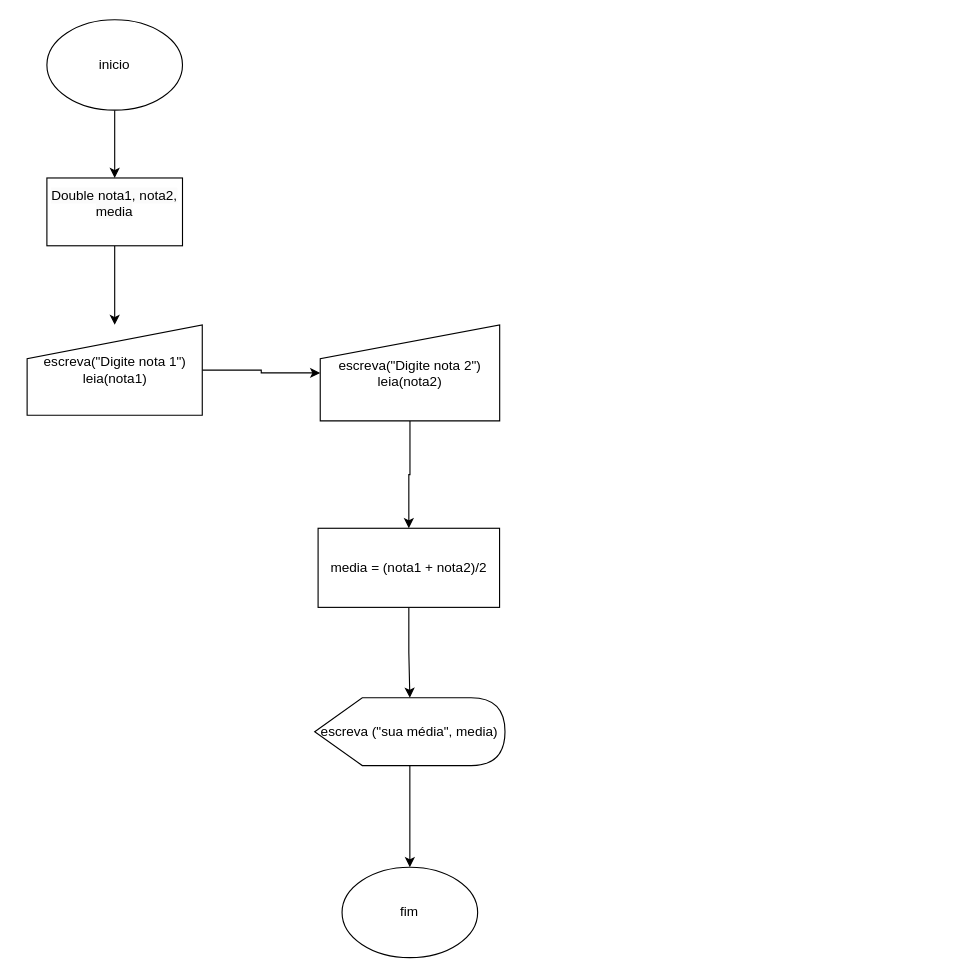
The draw.io diagram Diagrama sem nome.drawio in szjonas/M-ulo_1, before the edit. Source tidied: cells renumbered, new cells numbered last; positions are measured from the earlier drawing's top-left corner, leaving out a move shared by most shapes. Both pictures are drawn from the tidied source at 113%, with x=0, y=0 at pixel (26, 19).
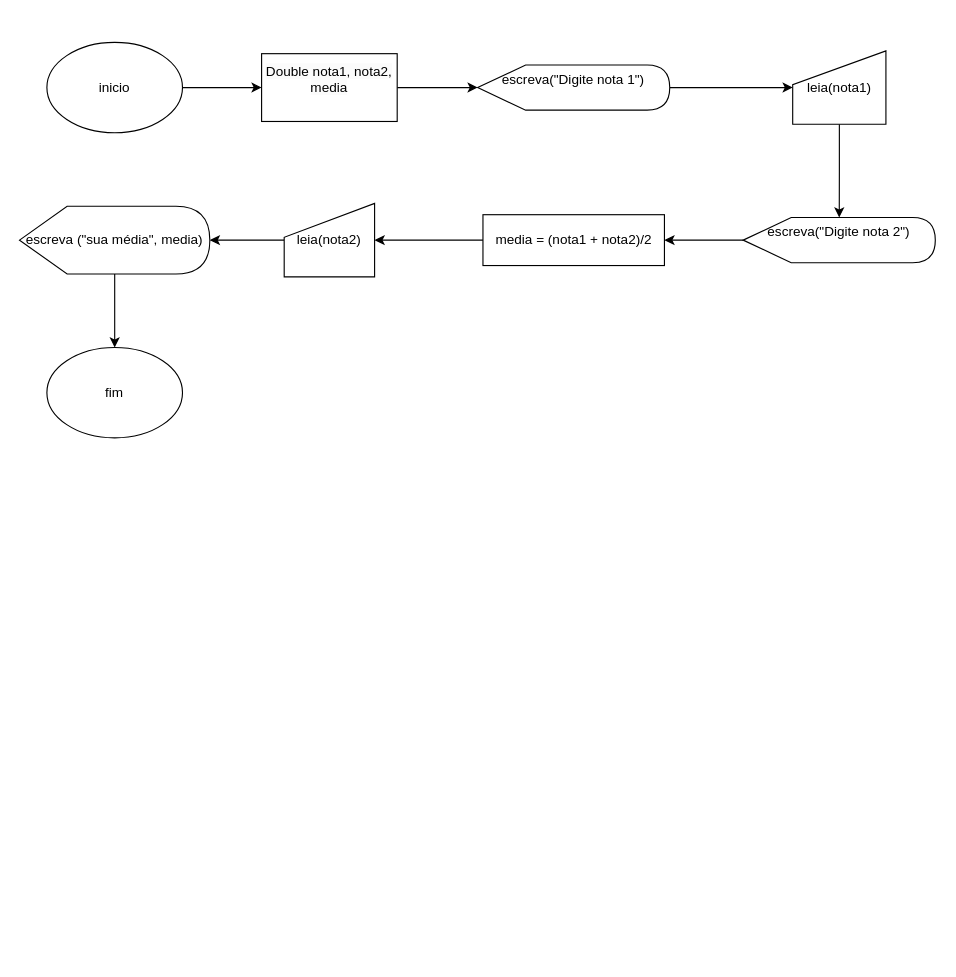
The same page after the edit.

Diff of the diagram source:
```diff
@@
-    <mxCell id="2" style="edgeStyle=orthogonalEdgeStyle;rounded=0;jettySize=auto;html=1;" parent="1" edge="1" source="3" target="5">
-      <mxGeometry relative="1" as="geometry" />
-    </mxCell>
-    <mxCell id="3" value="escreva(&quot;Digite nota 1&quot;)&lt;div&gt;leia(nota1)&lt;/div&gt;" style="shape=manualInput;whiteSpace=wrap;html=1;" parent="1" vertex="1">
-      <mxGeometry x="0.5" y="270" width="155" height="80" as="geometry" />
-    </mxCell>
-    <mxCell id="4" style="edgeStyle=orthogonalEdgeStyle;rounded=0;jettySize=auto;html=1;" parent="1" edge="1" source="5" target="9">
-      <mxGeometry relative="1" as="geometry" />
-    </mxCell>
-    <mxCell id="5" value="escreva(&quot;Digite nota 2&quot;)&lt;div&gt;leia(nota2)&lt;/div&gt;" style="shape=manualInput;whiteSpace=wrap;html=1;" parent="1" vertex="1">
-      <mxGeometry x="259.9" y="270" width="158.8" height="85" as="geometry" />
-    </mxCell>
@@
     <mxCell id="7" value="escreva (&quot;sua média&quot;, media)" style="shape=display;whiteSpace=wrap;html=1;" parent="1" vertex="1">
-      <mxGeometry x="255" y="600" width="168.4" height="60" as="geometry" />
+      <mxGeometry x="-6.2" y="165" width="168.4" height="60" as="geometry" />
     </mxCell>
-    <mxCell id="8" style="edgeStyle=orthogonalEdgeStyle;rounded=0;jettySize=auto;html=1;" parent="1" edge="1" source="9" target="7">
-      <mxGeometry relative="1" as="geometry" />
-    </mxCell>
+    <mxCell id="16" style="edgeStyle=orthogonalEdgeStyle;rounded=0;jettySize=auto;html=1;" parent="1" edge="1" source="9" target="23">
+      <mxGeometry relative="1" as="geometry" />
+    </mxCell>
     <mxCell id="9" value="media = (nota1 + nota2)/2" style="rounded=0;whiteSpace=wrap;html=1;" parent="1" vertex="1">
-      <mxGeometry x="258" y="450" width="160.6" height="70" as="geometry" />
+      <mxGeometry x="403.9" y="172.5" width="160.6" height="45" as="geometry" />
     </mxCell>
-    <mxCell id="10" style="edgeStyle=orthogonalEdgeStyle;rounded=0;jettySize=auto;html=1;" parent="1" edge="1" source="11" target="3">
-      <mxGeometry relative="1" as="geometry" />
-    </mxCell>
+    <mxCell id="17" style="edgeStyle=orthogonalEdgeStyle;rounded=0;jettySize=auto;html=1;" parent="1" edge="1" source="11" target="19">
+      <mxGeometry relative="1" as="geometry" />
+    </mxCell>
     <mxCell id="11" value="&#10;&lt;span style=&quot;color: rgb(0, 0, 0); font-family: Helvetica; font-size: 12px; font-style: normal; font-variant-ligatures: normal; font-variant-caps: normal; font-weight: 400; letter-spacing: normal; orphans: 2; text-align: center; text-indent: 0px; text-transform: none; widows: 2; word-spacing: 0px; -webkit-text-stroke-width: 0px; white-space: normal; background-color: rgb(251, 251, 251); text-decoration-thickness: initial; text-decoration-style: initial; text-decoration-color: initial; display: inline !important; float: none;&quot;&gt;Double nota1, nota2, media&lt;/span&gt;&#10;&#10;" style="rounded=0;whiteSpace=wrap;html=1;" parent="1" vertex="1">
-      <mxGeometry x="18" y="140" width="120" height="60" as="geometry" />
+      <mxGeometry x="208" y="30" width="120" height="60" as="geometry" />
     </mxCell>
@@
     <mxCell id="13" value="inicio" style="ellipse;whiteSpace=wrap;html=1;" parent="1" vertex="1">
-      <mxGeometry x="18" width="120" height="80" as="geometry" />
+      <mxGeometry x="18" y="20" width="120" height="80" as="geometry" />
     </mxCell>
     <mxCell id="14" value="fim" style="ellipse;whiteSpace=wrap;html=1;" parent="1" vertex="1">
-      <mxGeometry x="279.2" y="750" width="120" height="80" as="geometry" />
+      <mxGeometry x="18" y="290" width="120" height="80" as="geometry" />
     </mxCell>
-    <mxCell id="15" style="edgeStyle=orthogonalEdgeStyle;rounded=0;orthogonalLoop=1;jettySize=auto;html=1;exitX=0.5;exitY=1;exitDx=0;exitDy=0;" parent="1" edge="1" source="3" target="3">
-      <mxGeometry relative="1" as="geometry" />
+    <mxCell id="15" style="edgeStyle=orthogonalEdgeStyle;rounded=0;orthogonalLoop=1;jettySize=auto;html=1;exitX=0.5;exitY=1;exitDx=0;exitDy=0;" parent="1" edge="1">
+      <mxGeometry relative="1" as="geometry">
+        <mxPoint x="525.5" y="340" as="sourcePoint" />
+        <mxPoint x="525.5" y="340" as="targetPoint" />
+      </mxGeometry>
     </mxCell>
+    <mxCell id="18" style="edgeStyle=orthogonalEdgeStyle;rounded=0;jettySize=auto;html=1;" parent="1" edge="1" source="19" target="25">
+      <mxGeometry relative="1" as="geometry" />
+    </mxCell>
+    <mxCell id="19" value="escreva(&quot;Digite nota 1&quot;)&lt;div&gt;&lt;br&gt;&lt;/div&gt;" style="shape=display;whiteSpace=wrap;html=1;" parent="1" vertex="1">
+      <mxGeometry x="399.2" y="40" width="170" height="40" as="geometry" />
+    </mxCell>
+    <mxCell id="20" style="edgeStyle=orthogonalEdgeStyle;rounded=0;jettySize=auto;html=1;" parent="1" edge="1" source="21" target="9">
+      <mxGeometry relative="1" as="geometry" />
+    </mxCell>
+    <mxCell id="21" value="escreva(&quot;Digite nota 2&quot;)&lt;div&gt;&lt;br&gt;&lt;/div&gt;" style="shape=display;whiteSpace=wrap;html=1;" parent="1" vertex="1">
+      <mxGeometry x="634.2" y="175" width="170" height="40" as="geometry" />
+    </mxCell>
+    <mxCell id="22" style="edgeStyle=orthogonalEdgeStyle;rounded=0;jettySize=auto;html=1;" parent="1" edge="1" source="23" target="7">
+      <mxGeometry relative="1" as="geometry" />
+    </mxCell>
+    <mxCell id="23" value="leia(nota2)" style="shape=manualInput;whiteSpace=wrap;html=1;" parent="1" vertex="1">
+      <mxGeometry x="228" y="162.5" width="80" height="65" as="geometry" />
+    </mxCell>
+    <mxCell id="24" style="edgeStyle=orthogonalEdgeStyle;rounded=0;jettySize=auto;html=1;" parent="1" edge="1" source="25" target="21">
+      <mxGeometry relative="1" as="geometry" />
+    </mxCell>
+    <mxCell id="25" value="leia(nota1)" style="shape=manualInput;whiteSpace=wrap;html=1;" parent="1" vertex="1">
+      <mxGeometry x="678" y="27.5" width="82.5" height="65" as="geometry" />
+    </mxCell>
```
